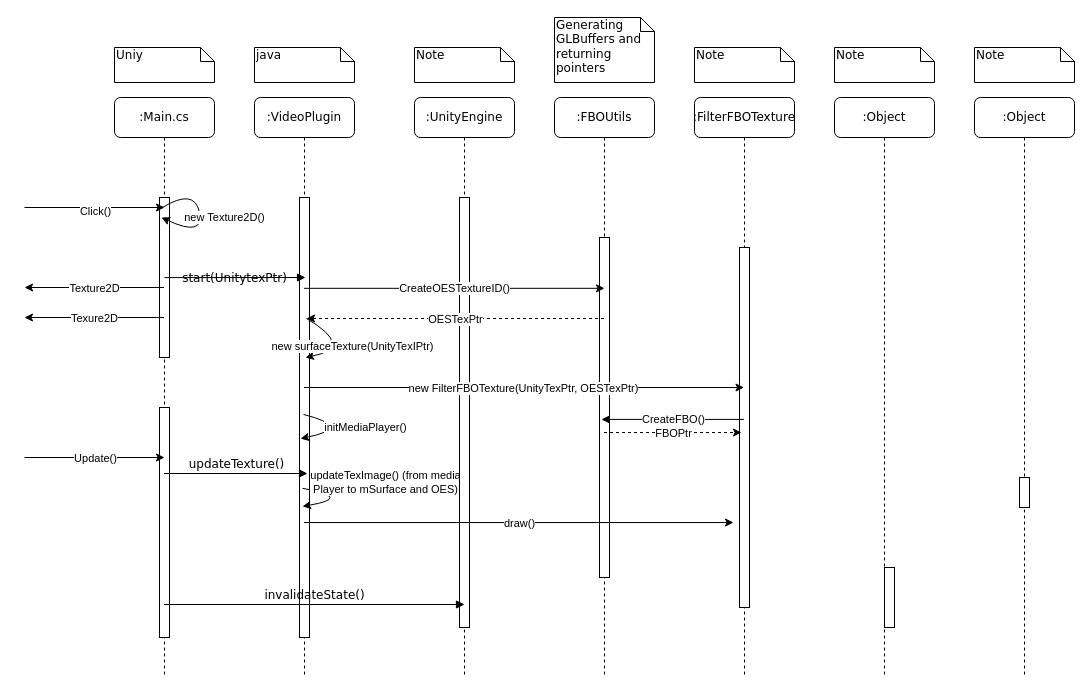
Earlier version of the draw.io diagram Documentation/Diagrams/DrawIo/SeqDiag_BroadCaster.drawio (xrchisense/xrevent-broadcaster-unity). Source tidied: cells renumbered, new cells numbered last; positions are measured from the earlier drawing's top-left corner, leaving out a move shared by most shapes. Both pictures are drawn from the tidied source at 100%, with x=0, y=0 at pixel (24, 17).
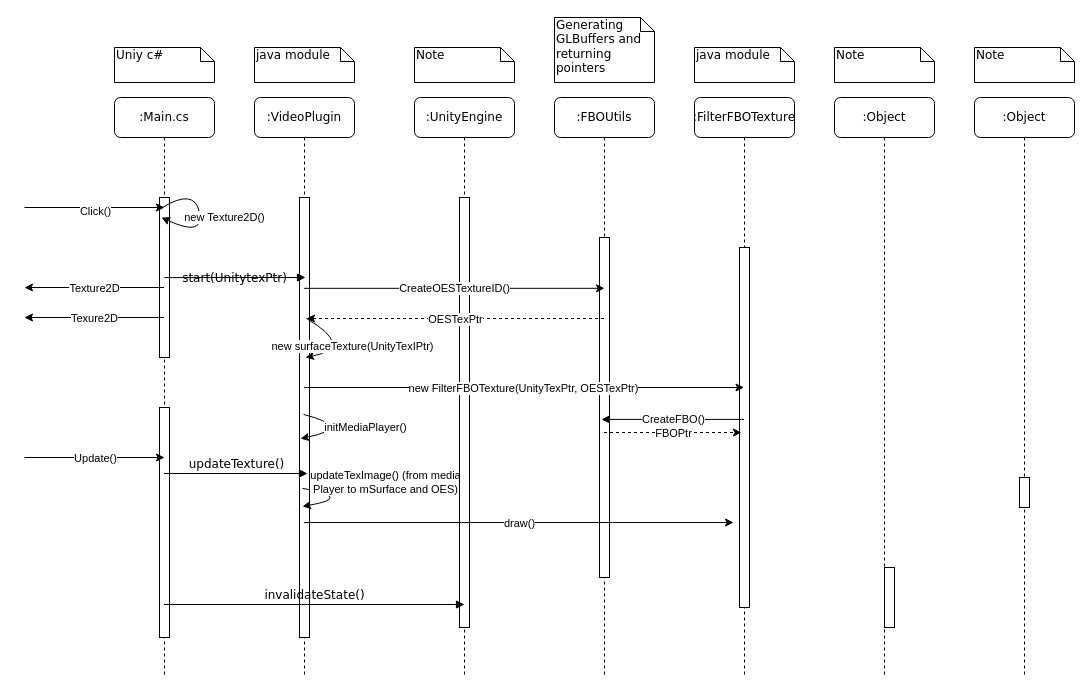
The same page after the edit.

Change to the diagram source:
```diff
@@
-    <mxCell id="25" value="Uniy" style="shape=note;whiteSpace=wrap;html=1;size=14;verticalAlign=top;align=left;spacingTop=-6;rounded=0;shadow=0;comic=0;labelBackgroundColor=none;strokeWidth=1;fontFamily=Verdana;fontSize=12;" parent="1" vertex="1">
+    <mxCell id="25" value="Uniy c#" style="shape=note;whiteSpace=wrap;html=1;size=14;verticalAlign=top;align=left;spacingTop=-6;rounded=0;shadow=0;comic=0;labelBackgroundColor=none;strokeWidth=1;fontFamily=Verdana;fontSize=12;" parent="1" vertex="1">
       <mxGeometry x="90" y="30" width="100" height="35" as="geometry" />
     </mxCell>
-    <mxCell id="26" value="java" style="shape=note;whiteSpace=wrap;html=1;size=14;verticalAlign=top;align=left;spacingTop=-6;rounded=0;shadow=0;comic=0;labelBackgroundColor=none;strokeWidth=1;fontFamily=Verdana;fontSize=12;" parent="1" vertex="1">
+    <mxCell id="26" value="java module" style="shape=note;whiteSpace=wrap;html=1;size=14;verticalAlign=top;align=left;spacingTop=-6;rounded=0;shadow=0;comic=0;labelBackgroundColor=none;strokeWidth=1;fontFamily=Verdana;fontSize=12;" parent="1" vertex="1">
       <mxGeometry x="230" y="30" width="100" height="35" as="geometry" />
     </mxCell>
@@
-    <mxCell id="29" value="Note" style="shape=note;whiteSpace=wrap;html=1;size=14;verticalAlign=top;align=left;spacingTop=-6;rounded=0;shadow=0;comic=0;labelBackgroundColor=none;strokeWidth=1;fontFamily=Verdana;fontSize=12;" parent="1" vertex="1">
+    <mxCell id="29" value="java module" style="shape=note;whiteSpace=wrap;html=1;size=14;verticalAlign=top;align=left;spacingTop=-6;rounded=0;shadow=0;comic=0;labelBackgroundColor=none;strokeWidth=1;fontFamily=Verdana;fontSize=12;" parent="1" vertex="1">
       <mxGeometry x="670" y="30" width="100" height="35" as="geometry" />
     </mxCell>
```
